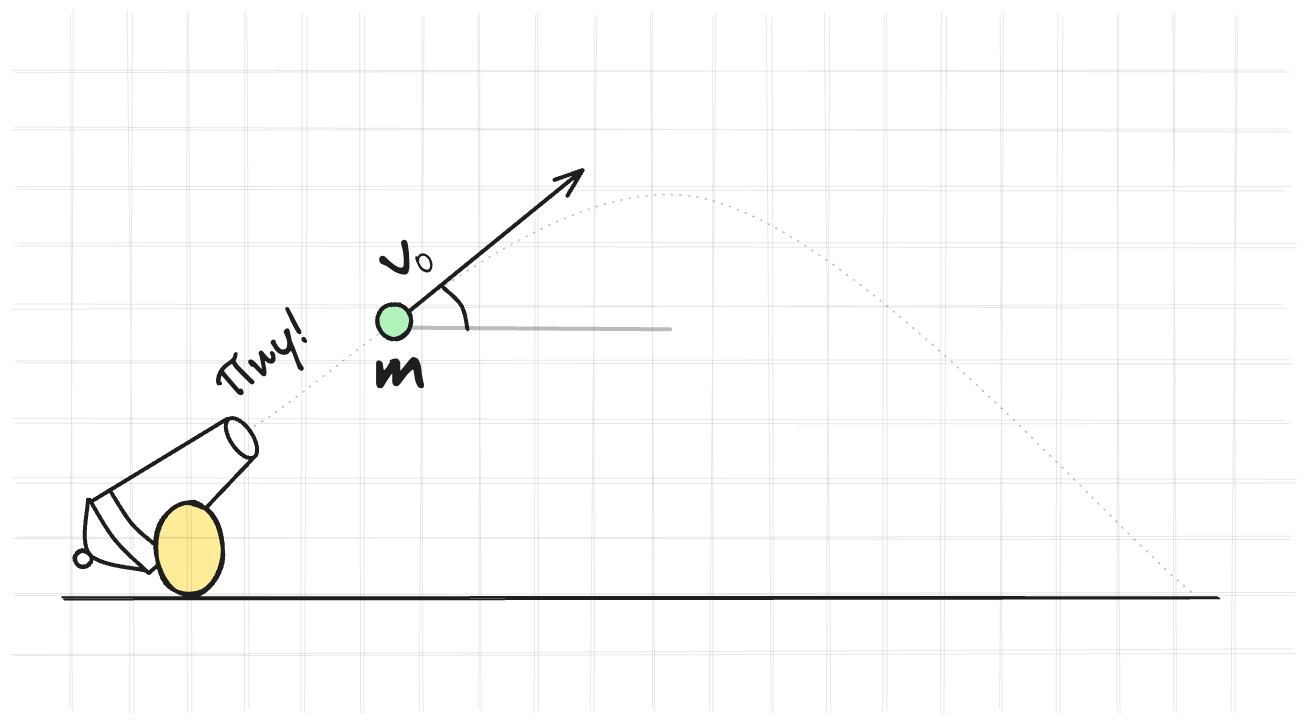
kozakromch/game_physics keeps this Excalidraw diagram as assets/pictures/numerical_method/canon.excalidraw.png. Above is the earlier version. Source tidied: one line per element, renumbered; positions are measured from the earlier drawing's top-left corner, leaving out a move shared by most shapes.
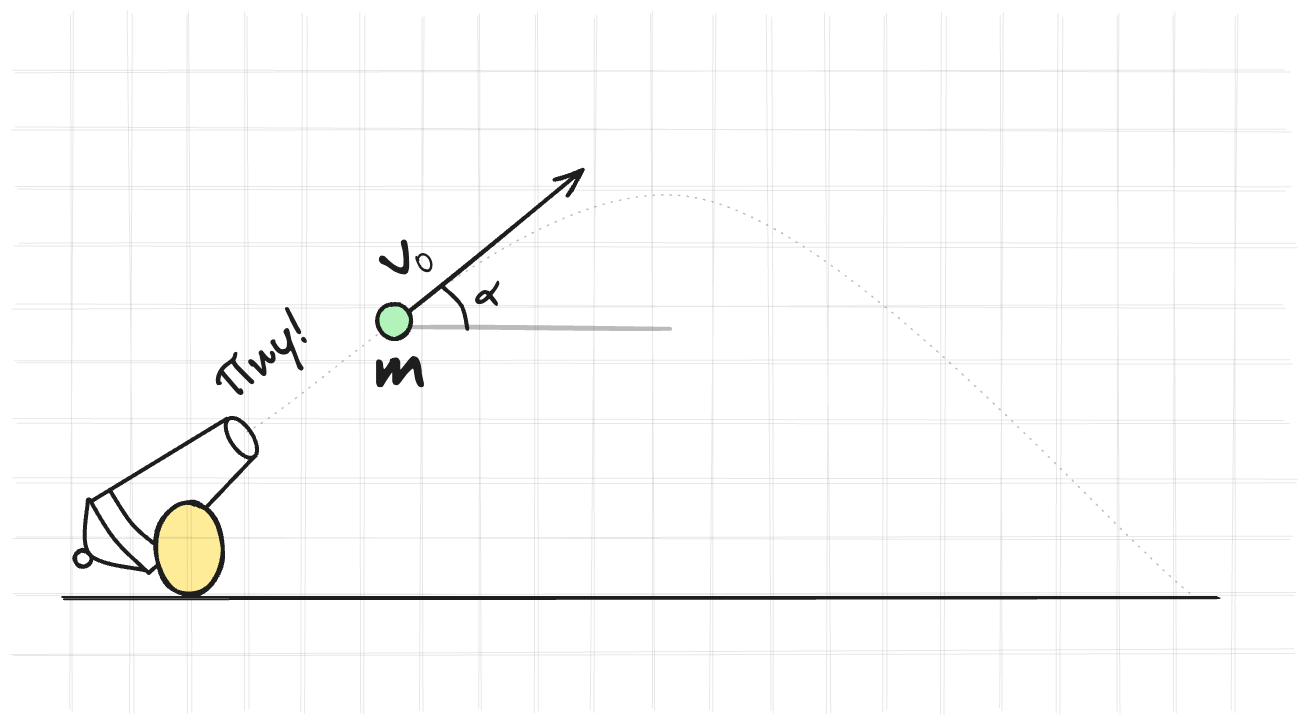
The same diagram one commit later.

Change to the diagram source:
```diff
@@ -1,16 +1,16 @@
 {"id": 0, "type": "line", "strokeColor": "#1e1e1e", "strokeWidth": 2, "roughness": 1, "round": true, "x": 338, "y": 525, "width": 1155, "height": 0, "points": [[0, 0], [1155, 0]]}
-{"id": 1, "type": "line", "strokeColor": "#1e1e1e", "strokeWidth": 4, "roughness": 0, "round": true, "x": 503, "y": 346, "width": 137, "height": 83, "points": [[0, 0], [-137, 83]]}
+{"id": 1, "type": "line", "strokeColor": "#1e1e1e", "strokeWidth": 4, "roughness": 0, "round": true, "x": 502, "y": 346, "width": 137, "height": 83, "points": [[0, 0], [-137, 83]]}
 {"id": 2, "type": "line", "strokeColor": "#1e1e1e", "strokeWidth": 4, "roughness": 0, "round": true, "x": 363, "y": 427, "width": 58, "height": 71, "points": [[0, 0], [1, 55], [58, 71]]}
 {"id": 3, "type": "ellipse", "strokeColor": "#1e1e1e", "angle": 0.98, "strokeWidth": 4, "roughness": 0, "round": true, "x": 494, "y": 354, "width": 46, "height": 22}
 {"id": 4, "type": "line", "strokeColor": "#1e1e1e", "strokeWidth": 4, "roughness": 0, "round": true, "x": 530, "y": 384, "width": 49, "height": 51, "points": [[0, 0], [-49, 51]]}
 {"id": 5, "type": "ellipse", "strokeColor": "#1e1e1e", "strokeWidth": 4, "roughness": 1, "round": true, "x": 350, "y": 478, "width": 16, "height": 17}
-{"id": 6, "type": "line", "strokeColor": "#1e1e1e", "strokeWidth": 4, "roughness": 0, "round": true, "x": 429, "y": 471, "width": 44, "height": 53, "points": [[0, 0], [-22, -20], [-44, -53]]}
+{"id": 6, "type": "line", "strokeColor": "#1e1e1e", "strokeWidth": 4, "roughness": 0, "round": true, "x": 429, "y": 470, "width": 44, "height": 53, "points": [[0, 0], [-22, -20], [-44, -53]]}
 {"id": 7, "type": "line", "strokeColor": "#1e1e1e", "strokeWidth": 4, "roughness": 0, "round": true, "x": 365, "y": 427, "width": 59, "height": 73, "points": [[0, 0], [25, 40], [59, 73]]}
-{"id": 8, "type": "ellipse", "strokeColor": "#1e1e1e", "backgroundColor": "#ffec99", "fillStyle": "solid", "strokeWidth": 4, "roughness": 1, "round": true, "x": 431, "y": 430, "width": 68, "height": 93}
+{"id": 8, "type": "ellipse", "strokeColor": "#1e1e1e", "backgroundColor": "#ffec99", "fillStyle": "solid", "strokeWidth": 4, "roughness": 1, "round": true, "x": 431, "y": 429, "width": 68, "height": 93}
 {"id": 9, "type": "line", "strokeColor": "#1e1e1e", "strokeWidth": 4, "roughness": 0, "round": true, "x": 424, "y": 500, "width": 8, "height": 7, "points": [[0, 0], [8, -7]]}
 {"id": 10, "type": "line", "strokeColor": "#1e1e1e", "strokeWidth": 1, "strokeStyle": "dotted", "roughness": 2, "opacity": 30, "round": true, "x": 523, "y": 359, "width": 944, "height": 392, "points": [[0, 0], [448, -233], [944, 159]]}
-{"id": 11, "type": "arrow", "strokeColor": "#1e1e1e", "strokeWidth": 4, "roughness": 0, "endArrowhead": "arrow", "x": 669, "y": 251, "width": 189, "height": 154, "points": [[0, 0], [189, -154]]}
+{"id": 11, "type": "arrow", "strokeColor": "#1e1e1e", "strokeWidth": 4, "roughness": 1, "endArrowhead": "arrow", "x": 669, "y": 251, "width": 189, "height": 154, "points": [[0, 0], [189, -154]]}
-{"id": 12, "type": "line", "strokeColor": "#1e1e1e", "strokeWidth": 4, "roughness": 0, "opacity": 30, "x": 677, "y": 255, "width": 268, "height": 2, "points": [[0, 0], [268, 2]]}
+{"id": 12, "type": "line", "strokeColor": "#1e1e1e", "strokeWidth": 4, "roughness": 1, "opacity": 30, "x": 677, "y": 255, "width": 268, "height": 2, "points": [[0, 0], [268, 2]]}
 {"id": 13, "type": "line", "strokeColor": "#1e1e1e", "strokeWidth": 4, "roughness": 0, "round": true, "x": 743, "y": 256, "width": 24, "height": 42, "points": [[0, 0], [-6, -23], [-24, -42]]}
 {"id": 14, "type": "line", "strokeColor": "#1e1e1e", "strokeWidth": 1, "roughness": 2, "opacity": 10, "round": true, "x": 290, "y": 0, "width": 1272, "height": 0, "points": [[0, 0], [1272, 0]]}
 {"id": 15, "type": "line", "strokeColor": "#1e1e1e", "strokeWidth": 1, "roughness": 2, "opacity": 10, "round": true, "x": 290, "y": 349, "width": 1272, "height": 0, "points": [[0, 0], [1272, 0]]}
@@ -46,6 +46,7 @@
 {"id": 45, "type": "line", "strokeColor": "#1e1e1e", "angle": 1.57, "strokeWidth": 1, "roughness": 2, "opacity": 10, "round": true, "x": 987, "y": 290, "width": 696, "height": 0, "points": [[0, 0], [696, 0]]}
 {"id": 46, "type": "text", "text": "Пиy!", "strokeColor": "#1e1e1e", "angle": 5.57, "strokeWidth": 2, "roughness": 1, "fontSize": 50.73, "fontFamily": 1, "x": 485, "y": 254, "width": 106, "height": 63}
 {"id": 47, "type": "ellipse", "strokeColor": "#1e1e1e", "backgroundColor": "#b2f2bb", "fillStyle": "solid", "strokeWidth": 4, "roughness": 1, "round": true, "x": 653, "y": 231, "width": 34, "height": 35}
-{"id": 48, "type": "text", "text": "v", "strokeColor": "#1e1e1e", "angle": 5.61, "strokeWidth": 2, "roughness": 1, "fontSize": 64.88, "fontFamily": 1, "x": 657, "y": 147, "width": 34, "height": 81}
+{"id": 48, "type": "text", "text": "v", "strokeColor": "#1e1e1e", "angle": 5.61, "strokeWidth": 2, "roughness": 1, "fontSize": 64.88, "fontFamily": 1, "x": 657, "y": 146, "width": 34, "height": 81}
 {"id": 49, "type": "text", "text": "0", "strokeColor": "#1e1e1e", "angle": 5.51, "strokeWidth": 2, "roughness": 1, "fontSize": 26.82, "fontFamily": 1, "x": 693, "y": 175, "width": 18, "height": 34}
 {"id": 50, "type": "text", "text": "m", "strokeColor": "#1e1e1e", "strokeWidth": 2, "roughness": 1, "fontSize": 84.81, "fontFamily": 1, "x": 648, "y": 240, "width": 54, "height": 106}
+{"id": 51, "type": "text", "text": "α", "strokeColor": "#1e1e1e", "strokeWidth": 2, "roughness": 1, "fontSize": 39.34, "fontFamily": 1, "x": 750, "y": 199, "width": 27, "height": 49}
```
